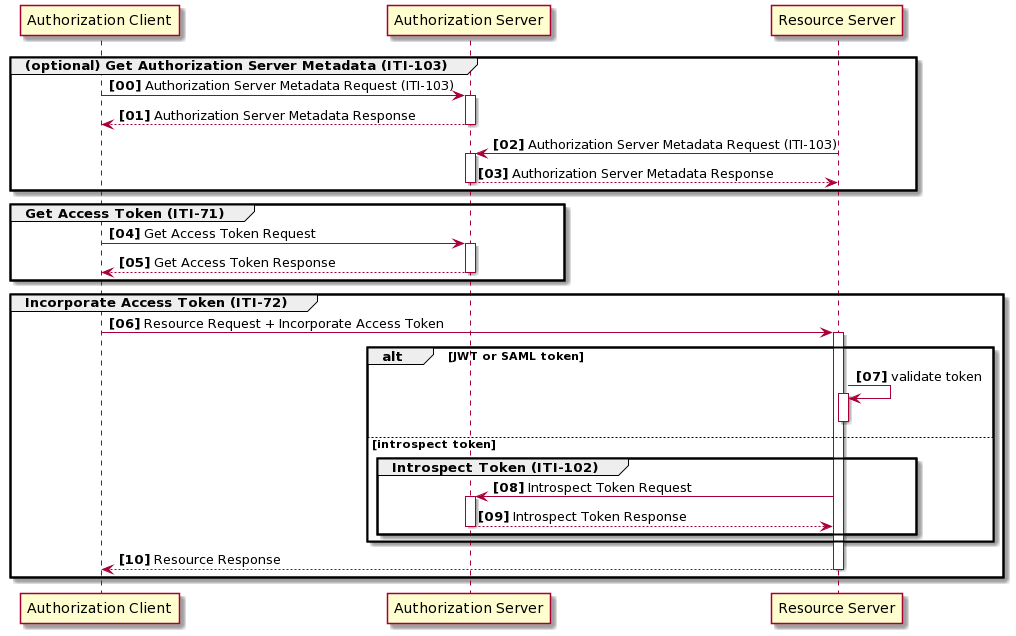
Before: media/basic-flow.png, a diagram exported from PlantUML (IHE/ITI.IUA).
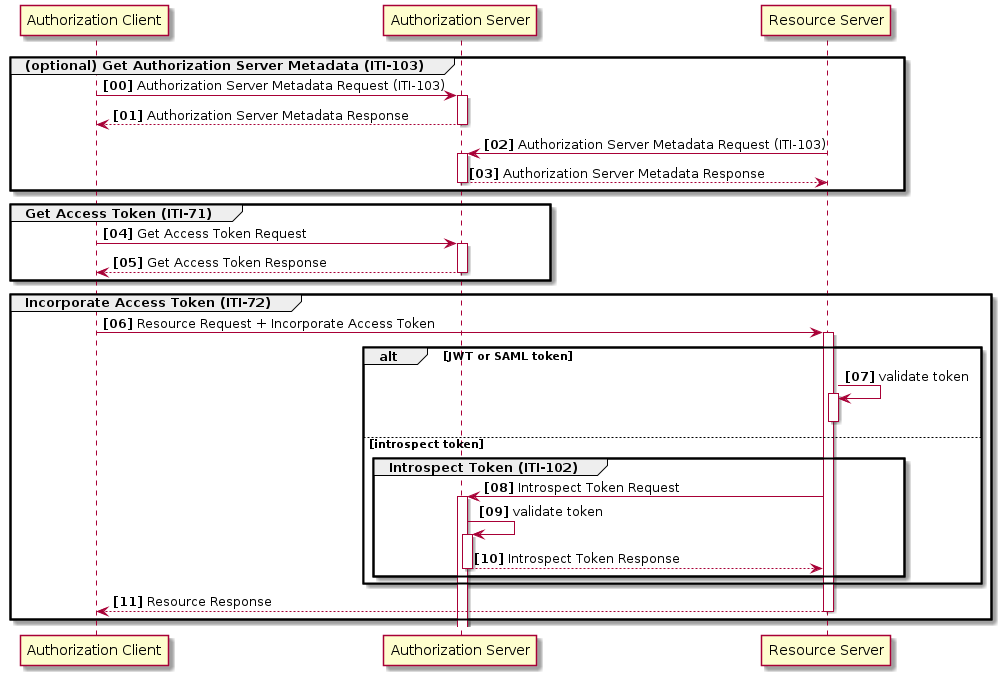
The same file after the commit.

Commit message:
token validation in introspect case. Fixes #63

What changed in the source:
```diff
@@ -1,4 +1,5 @@
-@startuml
+@startuml basic-flow
+
 participant "Authorization Client" as Client
 participant "Authorization Server" as AS
 participant "Resource Server" as RS
@@ -33,10 +34,12 @@
 
   group Introspect Token (ITI-102)
         RS -> AS : Introspect Token Request
+        AS -> AS : validate token
         AS --> RS: Introspect Token Response
   end
 end
 
 Client <-- RS : Resource Response
 end
+
 @enduml
```
